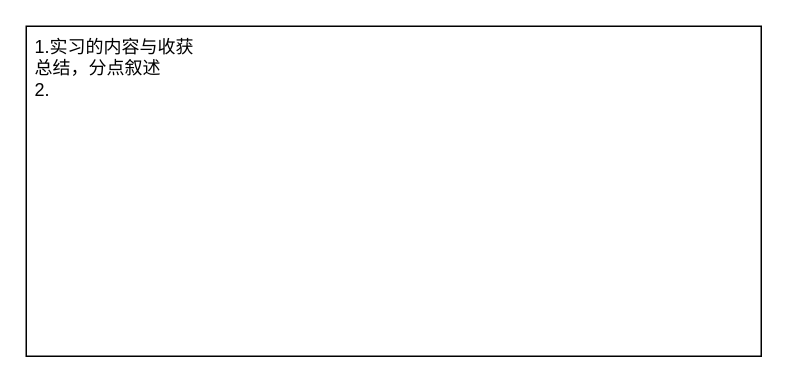
Before: HR面试.drawio in limpid-11/drawio, a draw.io diagram. Source tidied: cells renumbered, new cells numbered last; positions are measured from the earlier drawing's top-left corner, leaving out a move shared by most shapes. Both pictures are drawn from the tidied source at 150%, with x=0, y=0 at pixel (26, 26).
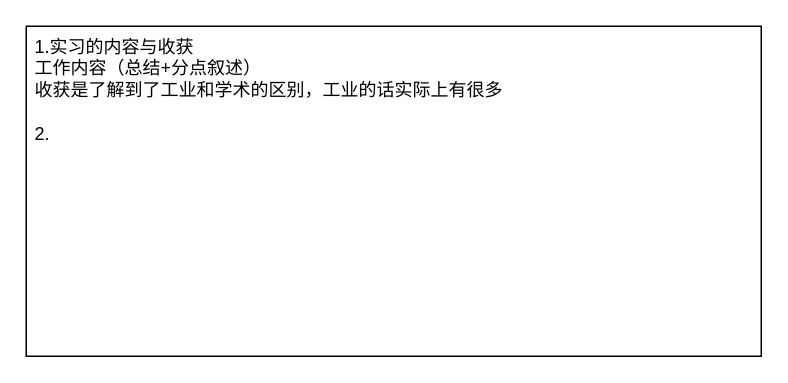
The same diagram, later.

What changed in the source:
```diff
@@
 <mxGraphModel>
   <root>
     <mxCell id="0" />
     <mxCell id="1" parent="0" />
-    <mxCell id="2" value="1.实习的内容与收获&lt;div&gt;总结，分点叙述&lt;/div&gt;&lt;div&gt;2.&lt;/div&gt;" style="rounded=0;whiteSpace=wrap;html=1;align=left;verticalAlign=top;spacingLeft=4;" parent="1" vertex="1">
+    <mxCell id="2" value="1.实习的内容与收获&lt;div&gt;工作内容（总结+分点叙述）&lt;/div&gt;&lt;div&gt;收获是了解到了工业和学术的区别，工业的话实际上有很多&lt;/div&gt;&lt;div&gt;&lt;br&gt;&lt;/div&gt;&lt;div&gt;2.&lt;/div&gt;" style="rounded=0;whiteSpace=wrap;html=1;align=left;verticalAlign=top;spacingLeft=4;" parent="1" vertex="1">
       <mxGeometry width="490" height="220" as="geometry" />
     </mxCell>
   </root>
 </mxGraphModel>
```
